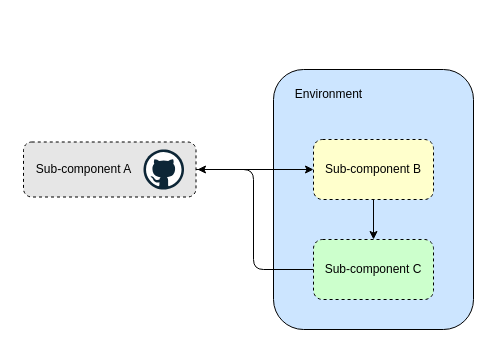
Above: page "main" (1 of 2) of doc/arc.drawio in rasmushaa/drawio_document_demo_a (draw.io), before the change. Source tidied: cells renumbered, new cells numbered last; positions are measured from the earlier drawing's top-left corner, leaving out a move shared by most shapes. Both pictures are drawn from the tidied source at 100%, with x=0, y=0 at pixel (23, 69).
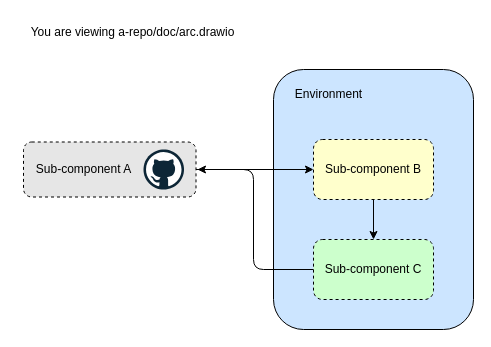
The same page after the edit.

Diff of the diagram source:
```diff
@@
 <mxGraphModel>
   <root>
     <mxCell id="0" />
     <mxCell id="1" parent="0" />
     <mxCell id="2" style="rounded=1;whiteSpace=wrap;html=1;fillColor=#CCE5FF;" parent="1" vertex="1">
       <mxGeometry x="250" width="200" height="260" as="geometry" />
     </mxCell>
     <mxCell id="3" style="edgeStyle=none;html=1;entryX=0;entryY=0.5;entryDx=0;entryDy=0;" parent="1" edge="1" source="4" target="5">
       <mxGeometry relative="1" as="geometry" />
     </mxCell>
     <mxCell id="4" style="rounded=1;whiteSpace=wrap;html=1;dashed=1;fillColor=#E6E6E6;" parent="1" vertex="1">
       <mxGeometry y="72.5" width="172.5" height="55" as="geometry" />
     </mxCell>
     <mxCell id="5" value="Sub-component B" style="rounded=1;whiteSpace=wrap;html=1;dashed=1;fillColor=#FFFFCC;" parent="1" vertex="1">
       <mxGeometry x="290" y="70" width="120" height="60" as="geometry" />
     </mxCell>
     <mxCell id="6" style="edgeStyle=none;html=1;entryX=0.5;entryY=1;entryDx=0;entryDy=0;startArrow=classic;startFill=1;endArrow=none;endFill=0;" parent="1" edge="1" source="7" target="5">
       <mxGeometry relative="1" as="geometry" />
     </mxCell>
     <mxCell id="7" value="Sub-component C" style="rounded=1;whiteSpace=wrap;html=1;dashed=1;fillColor=#CCFFCC;" parent="1" vertex="1">
       <mxGeometry x="290" y="170" width="120" height="60" as="geometry" />
     </mxCell>
     <mxCell id="8" value="Environment" style="text;html=1;align=center;verticalAlign=middle;strokeColor=none;fillColor=none;" parent="1" vertex="1">
       <mxGeometry x="260" y="10" width="90" height="30" as="geometry" />
     </mxCell>
     <mxCell id="9" style="dashed=0;html=1;align=center;labelPosition=center;verticalLabelPosition=bottom;verticalAlign=top;shape=mxgraph.weblogos.github;" parent="1" vertex="1">
       <mxGeometry x="120" y="80" width="40.5" height="40" as="geometry" />
     </mxCell>
     <mxCell id="10" value="Sub-component A" style="text;html=1;align=center;verticalAlign=middle;strokeColor=none;fillColor=none;" parent="1" vertex="1">
       <mxGeometry y="85" width="120" height="30" as="geometry" />
     </mxCell>
     <mxCell id="11" style="edgeStyle=none;html=1;exitX=0;exitY=0.5;exitDx=0;exitDy=0;" parent="1" edge="1" source="7">
       <mxGeometry relative="1" as="geometry">
         <mxPoint x="174" y="100" as="targetPoint" />
         <Array as="points">
           <mxPoint x="230" y="200" />
           <mxPoint x="230" y="100" />
         </Array>
       </mxGeometry>
     </mxCell>
+    <mxCell id="12" value="You are viewing a-repo/doc/arc.drawio" style="text;html=1;align=center;verticalAlign=middle;strokeColor=none;fillColor=none;" parent="1" vertex="1">
+      <mxGeometry x="-6" y="-52" width="230" height="30" as="geometry" />
+    </mxCell>
   </root>
 </mxGraphModel>
```
